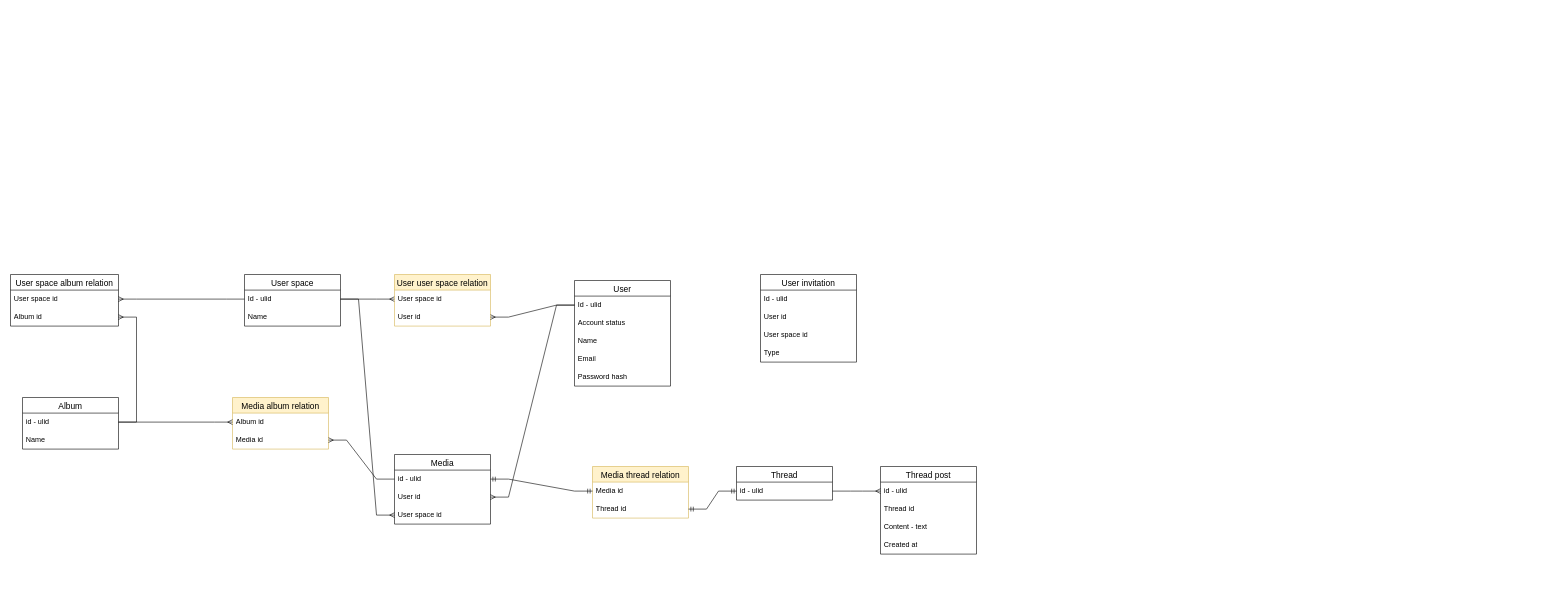
The draw.io diagram page "Models" (1 of 5) of docs/memoria.drawio in eiji03aero/memoria, before the edit. Source tidied: cells renumbered, new cells numbered last; positions are measured from the earlier drawing's top-left corner, leaving out a move shared by most shapes. Both pictures are drawn from the tidied source at 60%, with x=0, y=0 at pixel (10, 274).
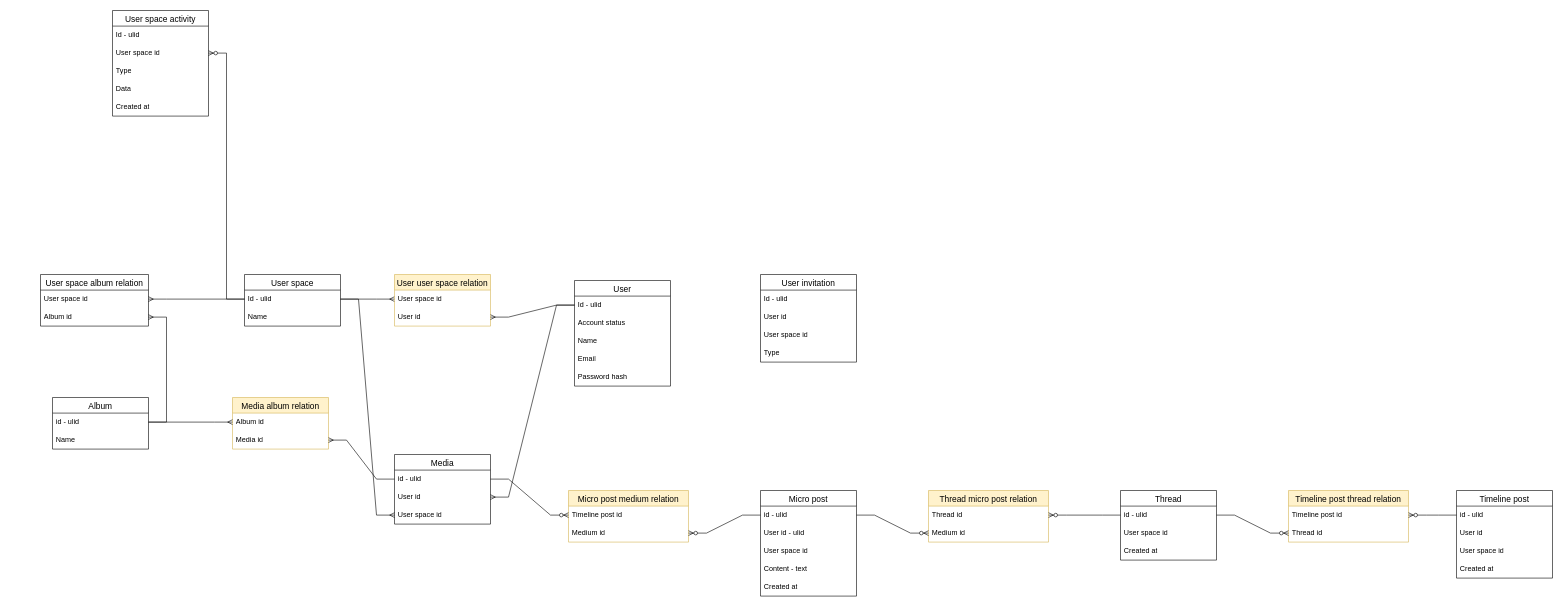
After the change.

Unchanged cells that the change refers to:
```xml
<mxCell id="14" value="Id - ulid" style="text;strokeColor=none;fillColor=none;spacingLeft=4;spacingRight=4;overflow=hidden;points=[[0,0.5],[1,0.5]];portConstraint=eastwest;fontSize=12;whiteSpace=wrap;html=1;" parent="13" vertex="1">
  <mxGeometry y="26" width="160" height="30" as="geometry" />
</mxCell>
<mxCell id="22" value="id - ulid" style="text;strokeColor=none;fillColor=none;spacingLeft=4;spacingRight=4;overflow=hidden;points=[[0,0.5],[1,0.5]];portConstraint=eastwest;fontSize=12;whiteSpace=wrap;html=1;" parent="21" vertex="1">
  <mxGeometry y="26" width="160" height="30" as="geometry" />
</mxCell>
<mxCell id="24" value="User space id" style="text;strokeColor=none;fillColor=none;spacingLeft=4;spacingRight=4;overflow=hidden;points=[[0,0.5],[1,0.5]];portConstraint=eastwest;fontSize=12;whiteSpace=wrap;html=1;" parent="21" vertex="1">
  <mxGeometry y="86" width="160" height="30" as="geometry" />
</mxCell>
<mxCell id="27" value="id - ulid" style="text;strokeColor=none;fillColor=none;spacingLeft=4;spacingRight=4;overflow=hidden;points=[[0,0.5],[1,0.5]];portConstraint=eastwest;fontSize=12;whiteSpace=wrap;html=1;" parent="26" vertex="1">
  <mxGeometry y="26" width="160" height="30" as="geometry" />
</mxCell>
<mxCell id="36" value="Album id" style="text;strokeColor=none;fillColor=none;spacingLeft=4;spacingRight=4;overflow=hidden;points=[[0,0.5],[1,0.5]];portConstraint=eastwest;fontSize=12;whiteSpace=wrap;html=1;" parent="34" vertex="1">
  <mxGeometry y="56" width="180" height="30" as="geometry" />
</mxCell>
```

Diff of the diagram source:
```diff
@@
     <mxCell id="26" value="Album" style="swimlane;fontStyle=0;horizontal=1;startSize=26;align=center;fontSize=14;" parent="1" vertex="1">
-      <mxGeometry x="20" y="205" width="160" height="86" as="geometry" />
+      <mxGeometry x="70" y="205" width="160" height="86" as="geometry" />
     </mxCell>
@@
     <mxCell id="34" value="User space album relation" style="swimlane;fontStyle=0;horizontal=1;startSize=26;align=center;fontSize=14;" parent="1" vertex="1">
-      <mxGeometry width="180" height="86" as="geometry" />
+      <mxGeometry x="50" width="180" height="86" as="geometry" />
     </mxCell>
@@
     <mxCell id="38" style="edgeStyle=entityRelationEdgeStyle;fontSize=12;html=1;endArrow=ERmany;rounded=0;entryX=1;entryY=0.5;entryDx=0;entryDy=0;exitX=1;exitY=0.5;exitDx=0;exitDy=0;" parent="1" edge="1" source="27" target="36">
       <mxGeometry relative="1" as="geometry">
         <Array as="points">
-          <mxPoint x="90" y="265" />
-          <mxPoint x="310" y="190" />
-          <mxPoint x="310" y="190" />
-          <mxPoint x="130" y="265" />
-          <mxPoint x="110" y="175" />
-          <mxPoint x="100" y="175" />
+          <mxPoint x="140" y="265" />
+          <mxPoint x="360" y="190" />
+          <mxPoint x="360" y="190" />
+          <mxPoint x="180" y="265" />
+          <mxPoint x="160" y="175" />
+          <mxPoint x="150" y="175" />
         </Array>
       </mxGeometry>
     </mxCell>
+    <mxCell id="52" style="edgeStyle=entityRelationEdgeStyle;fontSize=12;html=1;endArrow=ERmany;endFill=0;rounded=0;exitX=1;exitY=0.5;exitDx=0;exitDy=0;entryX=0;entryY=0.5;entryDx=0;entryDy=0;" parent="1" edge="1" source="14" target="24">
+      <mxGeometry relative="1" as="geometry" />
+    </mxCell>
+    <mxCell id="53" value="Micro post medium relation" style="swimlane;fontStyle=0;horizontal=1;startSize=26;align=center;fontSize=14;fillColor=#fff2cc;strokeColor=#d6b656;" parent="1" vertex="1">
+      <mxGeometry x="930" y="360" width="200" height="86" as="geometry" />
+    </mxCell>
+    <mxCell id="54" value="Timeline post id" style="text;strokeColor=none;fillColor=none;spacingLeft=4;spacingRight=4;overflow=hidden;points=[[0,0.5],[1,0.5]];portConstraint=eastwest;fontSize=12;whiteSpace=wrap;html=1;" parent="53" vertex="1">
+      <mxGeometry y="26" width="200" height="30" as="geometry" />
+    </mxCell>
+    <mxCell id="55" value="Medium id" style="text;strokeColor=none;fillColor=none;spacingLeft=4;spacingRight=4;overflow=hidden;points=[[0,0.5],[1,0.5]];portConstraint=eastwest;fontSize=12;whiteSpace=wrap;html=1;" parent="53" vertex="1">
+      <mxGeometry y="56" width="200" height="30" as="geometry" />
+    </mxCell>
+    <mxCell id="56" style="edgeStyle=entityRelationEdgeStyle;fontSize=12;html=1;endArrow=ERzeroToMany;endFill=1;rounded=0;entryX=0;entryY=0.5;entryDx=0;entryDy=0;exitX=1;exitY=0.5;exitDx=0;exitDy=0;" parent="1" edge="1" source="22" target="54">
+      <mxGeometry relative="1" as="geometry" />
+    </mxCell>
+    <mxCell id="57" style="edgeStyle=entityRelationEdgeStyle;fontSize=12;html=1;endArrow=ERzeroToMany;endFill=1;rounded=0;entryX=1;entryY=0.5;entryDx=0;entryDy=0;exitX=0;exitY=0.5;exitDx=0;exitDy=0;" parent="1" edge="1" source="66" target="55">
+      <mxGeometry relative="1" as="geometry" />
+    </mxCell>
+    <mxCell id="58" value="User space activity" style="swimlane;fontStyle=0;horizontal=1;startSize=26;align=center;fontSize=14;" parent="1" vertex="1">
+      <mxGeometry x="170" y="-440" width="160" height="176" as="geometry" />
+    </mxCell>
+    <mxCell id="59" value="Id - ulid" style="text;strokeColor=none;fillColor=none;spacingLeft=4;spacingRight=4;overflow=hidden;fontSize=12;whiteSpace=wrap;html=1;" parent="58" vertex="1">
+      <mxGeometry y="26" width="160" height="30" as="geometry" />
+    </mxCell>
+    <mxCell id="60" value="User space&amp;nbsp;id" style="text;strokeColor=none;fillColor=none;spacingLeft=4;spacingRight=4;overflow=hidden;points=[[0,0.5],[1,0.5]];portConstraint=eastwest;fontSize=12;whiteSpace=wrap;html=1;" parent="58" vertex="1">
+      <mxGeometry y="56" width="160" height="30" as="geometry" />
+    </mxCell>
+    <mxCell id="61" value="Type" style="text;strokeColor=none;fillColor=none;spacingLeft=4;spacingRight=4;overflow=hidden;fontSize=12;whiteSpace=wrap;html=1;" parent="58" vertex="1">
+      <mxGeometry y="86" width="160" height="30" as="geometry" />
+    </mxCell>
+    <mxCell id="62" value="Data" style="text;strokeColor=none;fillColor=none;spacingLeft=4;spacingRight=4;overflow=hidden;fontSize=12;whiteSpace=wrap;html=1;" parent="58" vertex="1">
+      <mxGeometry y="116" width="160" height="30" as="geometry" />
+    </mxCell>
+    <mxCell id="63" value="Created at" style="text;strokeColor=none;fillColor=none;spacingLeft=4;spacingRight=4;overflow=hidden;fontSize=12;whiteSpace=wrap;html=1;" parent="58" vertex="1">
+      <mxGeometry y="146" width="160" height="30" as="geometry" />
+    </mxCell>
+    <mxCell id="64" style="edgeStyle=entityRelationEdgeStyle;fontSize=12;html=1;endArrow=ERzeroToMany;endFill=1;rounded=0;entryX=1;entryY=0.5;entryDx=0;entryDy=0;exitX=0;exitY=0.5;exitDx=0;exitDy=0;" parent="1" edge="1" source="14" target="60">
+      <mxGeometry relative="1" as="geometry" />
+    </mxCell>
+    <mxCell id="65" value="Micro post" style="swimlane;fontStyle=0;horizontal=1;startSize=26;align=center;fontSize=14;" parent="1" vertex="1">
+      <mxGeometry x="1250" y="360" width="160" height="176" as="geometry" />
+    </mxCell>
+    <mxCell id="66" value="id - ulid" style="text;strokeColor=none;fillColor=none;spacingLeft=4;spacingRight=4;overflow=hidden;points=[[0,0.5],[1,0.5]];portConstraint=eastwest;fontSize=12;whiteSpace=wrap;html=1;" parent="65" vertex="1">
+      <mxGeometry y="26" width="160" height="30" as="geometry" />
+    </mxCell>
+    <mxCell id="67" value="User id - ulid" style="text;strokeColor=none;fillColor=none;spacingLeft=4;spacingRight=4;overflow=hidden;fontSize=12;whiteSpace=wrap;html=1;" parent="65" vertex="1">
+      <mxGeometry y="56" width="160" height="30" as="geometry" />
+    </mxCell>
+    <mxCell id="68" value="User space id" style="text;strokeColor=none;fillColor=none;spacingLeft=4;spacingRight=4;overflow=hidden;fontSize=12;whiteSpace=wrap;html=1;" parent="65" vertex="1">
+      <mxGeometry y="86" width="160" height="30" as="geometry" />
+    </mxCell>
+    <mxCell id="49" value="Content - text" style="text;strokeColor=none;fillColor=none;spacingLeft=4;spacingRight=4;overflow=hidden;fontSize=12;whiteSpace=wrap;html=1;" parent="65" vertex="1">
+      <mxGeometry y="116" width="160" height="30" as="geometry" />
+    </mxCell>
+    <mxCell id="69" value="Created at" style="text;strokeColor=none;fillColor=none;spacingLeft=4;spacingRight=4;overflow=hidden;fontSize=12;whiteSpace=wrap;html=1;" parent="65" vertex="1">
+      <mxGeometry y="146" width="160" height="30" as="geometry" />
+    </mxCell>
     <mxCell id="39" value="Thread" style="swimlane;fontStyle=0;horizontal=1;startSize=26;align=center;fontSize=14;" parent="1" vertex="1">
-      <mxGeometry x="1210" y="320" width="160" height="56" as="geometry" />
+      <mxGeometry x="1850" y="360" width="160" height="116" as="geometry" />
     </mxCell>
-    <mxCell id="40" value="id - ulid" style="text;strokeColor=none;fillColor=none;spacingLeft=4;spacingRight=4;overflow=hidden;points=[[0,0.5],[1,0.5]];portConstraint=eastwest;fontSize=12;whiteSpace=wrap;html=1;" parent="39" vertex="1">
-      <mxGeometry y="26" width="160" height="30" as="geometry" />
-    </mxCell>
-    <mxCell id="41" value="Media thread relation" style="swimlane;fontStyle=0;horizontal=1;startSize=26;align=center;fontSize=14;fillColor=#fff2cc;strokeColor=#d6b656;" parent="1" vertex="1">
-      <mxGeometry x="970" y="320" width="160" height="86" as="geometry" />
-    </mxCell>
-    <mxCell id="42" value="Media id" style="text;strokeColor=none;fillColor=none;spacingLeft=4;spacingRight=4;overflow=hidden;points=[[0,0.5],[1,0.5]];portConstraint=eastwest;fontSize=12;whiteSpace=wrap;html=1;" parent="41" vertex="1">
-      <mxGeometry y="26" width="160" height="30" as="geometry" />
-    </mxCell>
-    <mxCell id="43" value="Thread id" style="text;strokeColor=none;fillColor=none;spacingLeft=4;spacingRight=4;overflow=hidden;points=[[0,0.5],[1,0.5]];portConstraint=eastwest;fontSize=12;whiteSpace=wrap;html=1;" parent="41" vertex="1">
-      <mxGeometry y="56" width="160" height="30" as="geometry" />
-    </mxCell>
-    <mxCell id="44" style="edgeStyle=entityRelationEdgeStyle;fontSize=12;html=1;endArrow=ERmandOne;startArrow=ERmandOne;rounded=0;exitX=0;exitY=0.5;exitDx=0;exitDy=0;" parent="1" edge="1" source="42" target="22">
-      <mxGeometry relative="1" as="geometry" />
-    </mxCell>
-    <mxCell id="45" style="edgeStyle=entityRelationEdgeStyle;fontSize=12;html=1;endArrow=ERmandOne;startArrow=ERmandOne;rounded=0;entryX=1;entryY=0.5;entryDx=0;entryDy=0;exitX=0;exitY=0.5;exitDx=0;exitDy=0;" parent="1" edge="1" source="40" target="43">
-      <mxGeometry relative="1" as="geometry">
-        <Array as="points">
-          <mxPoint x="770" y="689" />
-        </Array>
-      </mxGeometry>
-    </mxCell>
-    <mxCell id="46" value="Thread post" style="swimlane;fontStyle=0;horizontal=1;startSize=26;align=center;fontSize=14;" parent="1" vertex="1">
-      <mxGeometry x="1450" y="320" width="160" height="146" as="geometry" />
-    </mxCell>
-    <mxCell id="47" value="id - ulid" style="text;strokeColor=none;fillColor=none;spacingLeft=4;spacingRight=4;overflow=hidden;points=[[0,0.5],[1,0.5]];portConstraint=eastwest;fontSize=12;whiteSpace=wrap;html=1;" parent="46" vertex="1">
-      <mxGeometry y="26" width="160" height="30" as="geometry" />
-    </mxCell>
-    <mxCell id="48" value="Thread id" style="text;strokeColor=none;fillColor=none;spacingLeft=4;spacingRight=4;overflow=hidden;fontSize=12;whiteSpace=wrap;html=1;" parent="46" vertex="1">
-      <mxGeometry y="56" width="160" height="30" as="geometry" />
-    </mxCell>
-    <mxCell id="49" value="Content - text" style="text;strokeColor=none;fillColor=none;spacingLeft=4;spacingRight=4;overflow=hidden;fontSize=12;whiteSpace=wrap;html=1;" parent="46" vertex="1">
-      <mxGeometry y="86" width="160" height="30" as="geometry" />
-    </mxCell>
+    <mxCell id="70" value="id - ulid" style="text;strokeColor=none;fillColor=none;spacingLeft=4;spacingRight=4;overflow=hidden;points=[[0,0.5],[1,0.5]];portConstraint=eastwest;fontSize=12;whiteSpace=wrap;html=1;" parent="39" vertex="1">
+      <mxGeometry y="26" width="160" height="30" as="geometry" />
+    </mxCell>
+    <mxCell id="71" value="User space id" style="text;strokeColor=none;fillColor=none;spacingLeft=4;spacingRight=4;overflow=hidden;fontSize=12;whiteSpace=wrap;html=1;" parent="39" vertex="1">
+      <mxGeometry y="56" width="160" height="30" as="geometry" />
+    </mxCell>
+    <mxCell id="72" value="Created at" style="text;strokeColor=none;fillColor=none;spacingLeft=4;spacingRight=4;overflow=hidden;fontSize=12;whiteSpace=wrap;html=1;" parent="39" vertex="1">
+      <mxGeometry y="86" width="160" height="30" as="geometry" />
+    </mxCell>
+    <mxCell id="73" value="Thread micro post relation" style="swimlane;fontStyle=0;horizontal=1;startSize=26;align=center;fontSize=14;fillColor=#fff2cc;strokeColor=#d6b656;" parent="1" vertex="1">
+      <mxGeometry x="1530" y="360" width="200" height="86" as="geometry" />
+    </mxCell>
+    <mxCell id="74" value="Thread id" style="text;strokeColor=none;fillColor=none;spacingLeft=4;spacingRight=4;overflow=hidden;points=[[0,0.5],[1,0.5]];portConstraint=eastwest;fontSize=12;whiteSpace=wrap;html=1;" parent="73" vertex="1">
+      <mxGeometry y="26" width="200" height="30" as="geometry" />
+    </mxCell>
+    <mxCell id="75" value="Medium id" style="text;strokeColor=none;fillColor=none;spacingLeft=4;spacingRight=4;overflow=hidden;points=[[0,0.5],[1,0.5]];portConstraint=eastwest;fontSize=12;whiteSpace=wrap;html=1;" parent="73" vertex="1">
+      <mxGeometry y="56" width="200" height="30" as="geometry" />
+    </mxCell>
+    <mxCell id="76" style="edgeStyle=entityRelationEdgeStyle;fontSize=12;html=1;endArrow=ERzeroToMany;endFill=1;rounded=0;entryX=0;entryY=0.5;entryDx=0;entryDy=0;exitX=1;exitY=0.5;exitDx=0;exitDy=0;" parent="1" edge="1" source="66" target="75">
+      <mxGeometry relative="1" as="geometry" />
+    </mxCell>
+    <mxCell id="77" style="edgeStyle=entityRelationEdgeStyle;fontSize=12;html=1;endArrow=ERzeroToMany;endFill=1;rounded=0;entryX=1;entryY=0.5;entryDx=0;entryDy=0;exitX=0;exitY=0.5;exitDx=0;exitDy=0;" parent="1" edge="1" source="70" target="74">
+      <mxGeometry relative="1" as="geometry">
+        <Array as="points">
+          <mxPoint x="2170" y="669" />
+        </Array>
+      </mxGeometry>
+    </mxCell>
+    <mxCell id="78" value="Timeline post" style="swimlane;fontStyle=0;horizontal=1;startSize=26;align=center;fontSize=14;" parent="1" vertex="1">
+      <mxGeometry x="2410" y="360" width="160" height="146" as="geometry" />
+    </mxCell>
+    <mxCell id="79" value="id - ulid" style="text;strokeColor=none;fillColor=none;spacingLeft=4;spacingRight=4;overflow=hidden;points=[[0,0.5],[1,0.5]];portConstraint=eastwest;fontSize=12;whiteSpace=wrap;html=1;" parent="78" vertex="1">
+      <mxGeometry y="26" width="160" height="30" as="geometry" />
+    </mxCell>
+    <mxCell id="80" value="User id" style="text;strokeColor=none;fillColor=none;spacingLeft=4;spacingRight=4;overflow=hidden;fontSize=12;whiteSpace=wrap;html=1;" parent="78" vertex="1">
+      <mxGeometry y="56" width="160" height="30" as="geometry" />
+    </mxCell>
+    <mxCell id="81" value="User space id" style="text;strokeColor=none;fillColor=none;spacingLeft=4;spacingRight=4;overflow=hidden;fontSize=12;whiteSpace=wrap;html=1;" parent="78" vertex="1">
+      <mxGeometry y="86" width="160" height="30" as="geometry" />
+    </mxCell>
-    <mxCell id="50" value="Created at" style="text;strokeColor=none;fillColor=none;spacingLeft=4;spacingRight=4;overflow=hidden;fontSize=12;whiteSpace=wrap;html=1;" parent="46" vertex="1">
+    <mxCell id="50" value="Created at" style="text;strokeColor=none;fillColor=none;spacingLeft=4;spacingRight=4;overflow=hidden;fontSize=12;whiteSpace=wrap;html=1;" parent="78" vertex="1">
       <mxGeometry y="116" width="160" height="30" as="geometry" />
     </mxCell>
-    <mxCell id="51" style="edgeStyle=entityRelationEdgeStyle;fontSize=12;html=1;endArrow=ERmany;rounded=0;entryX=0;entryY=0.5;entryDx=0;entryDy=0;exitX=1;exitY=0.5;exitDx=0;exitDy=0;" parent="1" edge="1" source="40" target="47">
-      <mxGeometry relative="1" as="geometry">
-        <Array as="points">
-          <mxPoint x="920" y="506" />
-        </Array>
-      </mxGeometry>
-    </mxCell>
-    <mxCell id="52" style="edgeStyle=entityRelationEdgeStyle;fontSize=12;html=1;endArrow=ERmany;endFill=0;rounded=0;exitX=1;exitY=0.5;exitDx=0;exitDy=0;entryX=0;entryY=0.5;entryDx=0;entryDy=0;" parent="1" edge="1" source="14" target="24">
-      <mxGeometry relative="1" as="geometry" />
-    </mxCell>
+    <mxCell id="82" value="Timeline post thread relation" style="swimlane;fontStyle=0;horizontal=1;startSize=26;align=center;fontSize=14;fillColor=#fff2cc;strokeColor=#d6b656;" parent="1" vertex="1">
+      <mxGeometry x="2130" y="360" width="200" height="86" as="geometry" />
+    </mxCell>
+    <mxCell id="83" value="Timeline post id" style="text;strokeColor=none;fillColor=none;spacingLeft=4;spacingRight=4;overflow=hidden;points=[[0,0.5],[1,0.5]];portConstraint=eastwest;fontSize=12;whiteSpace=wrap;html=1;" parent="82" vertex="1">
+      <mxGeometry y="26" width="200" height="30" as="geometry" />
+    </mxCell>
+    <mxCell id="84" value="Thread id" style="text;strokeColor=none;fillColor=none;spacingLeft=4;spacingRight=4;overflow=hidden;points=[[0,0.5],[1,0.5]];portConstraint=eastwest;fontSize=12;whiteSpace=wrap;html=1;" parent="82" vertex="1">
+      <mxGeometry y="56" width="200" height="30" as="geometry" />
+    </mxCell>
+    <mxCell id="85" style="edgeStyle=entityRelationEdgeStyle;fontSize=12;html=1;endArrow=ERzeroToMany;endFill=1;rounded=0;entryX=0;entryY=0.5;entryDx=0;entryDy=0;exitX=1;exitY=0.5;exitDx=0;exitDy=0;" parent="1" edge="1" source="70" target="84">
+      <mxGeometry relative="1" as="geometry">
+        <Array as="points">
+          <mxPoint x="2550" y="798" />
+        </Array>
+      </mxGeometry>
+    </mxCell>
+    <mxCell id="86" style="edgeStyle=entityRelationEdgeStyle;fontSize=12;html=1;endArrow=ERzeroToMany;endFill=1;rounded=0;entryX=1;entryY=0.5;entryDx=0;entryDy=0;exitX=0;exitY=0.5;exitDx=0;exitDy=0;" parent="1" edge="1" source="79" target="83">
+      <mxGeometry relative="1" as="geometry">
+        <Array as="points">
+          <mxPoint x="2820" y="917" />
+        </Array>
+      </mxGeometry>
+    </mxCell>
```
